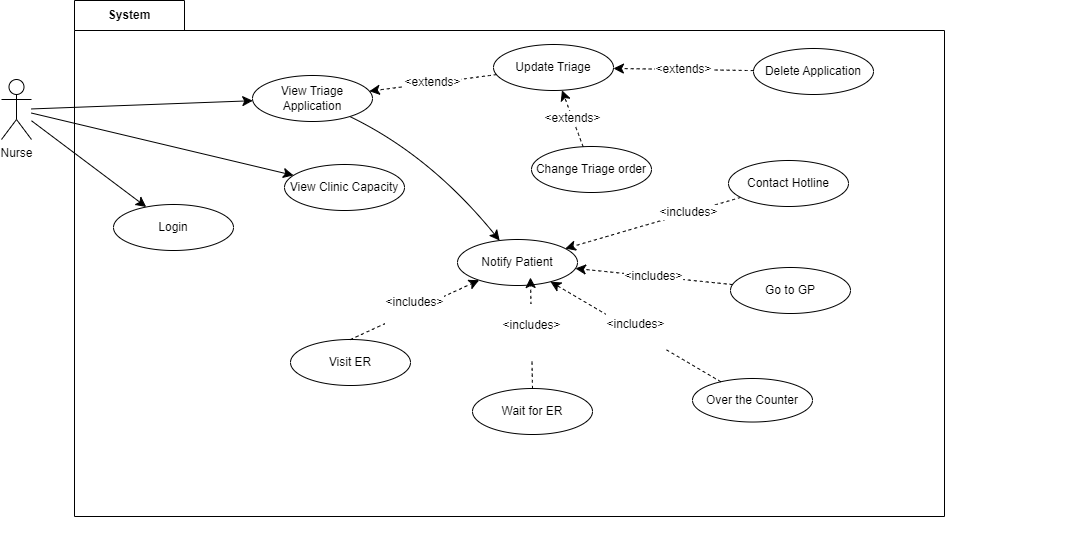
Earlier version of the draw.io export NurseUseCaseDiagram.drawio.png (SENG-350-2024-fall/Team5). Source tidied: cells renumbered, new cells last; positions are measured from the earlier drawing's top-left corner, leaving out a move shared by most shapes.
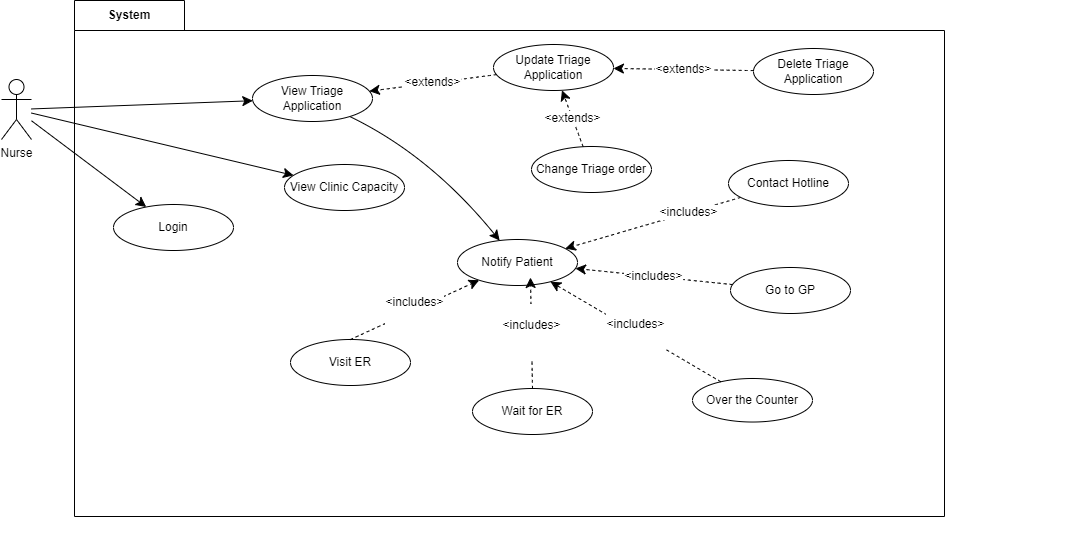
Later version of the same file.

Diff of the diagram source:
```diff
@@ -10,13 +10,13 @@
         <mxPoint y="30" as="offset" />
       </mxGeometry>
     </mxCell>
-    <mxCell id="4" value="Delete Application" style="ellipse;whiteSpace=wrap;html=1;" parent="2" vertex="1">
+    <mxCell id="4" value="Delete Triage Application" style="ellipse;whiteSpace=wrap;html=1;" parent="2" vertex="1">
       <mxGeometry x="679" y="48" width="120" height="46" as="geometry" />
     </mxCell>
     <mxCell id="5" value="Change Triage order" style="ellipse;whiteSpace=wrap;html=1;" parent="2" vertex="1">
       <mxGeometry x="457" y="146" width="120" height="46" as="geometry" />
     </mxCell>
-    <mxCell id="6" value="Update Triage" style="ellipse;whiteSpace=wrap;html=1;" parent="2" vertex="1">
+    <mxCell id="6" value="Update Triage&lt;div&gt;Application&lt;/div&gt;" style="ellipse;whiteSpace=wrap;html=1;" parent="2" vertex="1">
       <mxGeometry x="419" y="44" width="120" height="46" as="geometry" />
     </mxCell>
     <mxCell id="7" value="&amp;lt;extends&amp;gt;" style="edgeStyle=none;curved=1;rounded=0;jettySize=auto;html=1;fontSize=12;startSize=8;endSize=8;dashed=1;" parent="2" edge="1" source="4" target="6">
```
